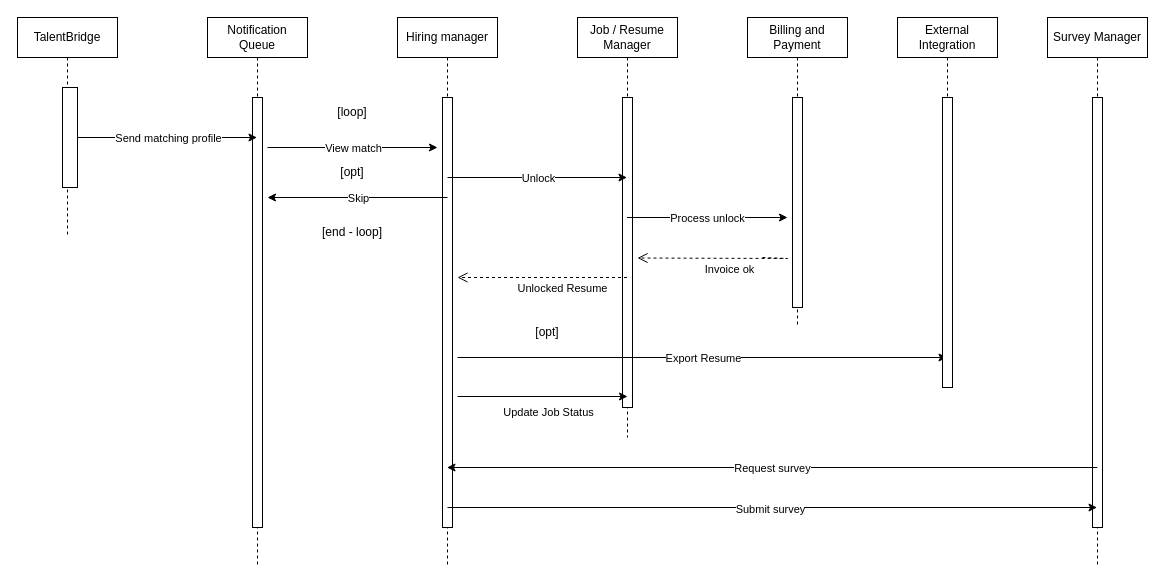
Above: Usecases/drawio_files/job-match.drawio in SK11GS/Builders-Glitch (draw.io), before the change. Source tidied: cells renumbered, new cells numbered last; positions are measured from the earlier drawing's top-left corner, leaving out a move shared by most shapes. Both pictures are drawn from the tidied source at 100%, with x=0, y=0 at pixel (17, 17).
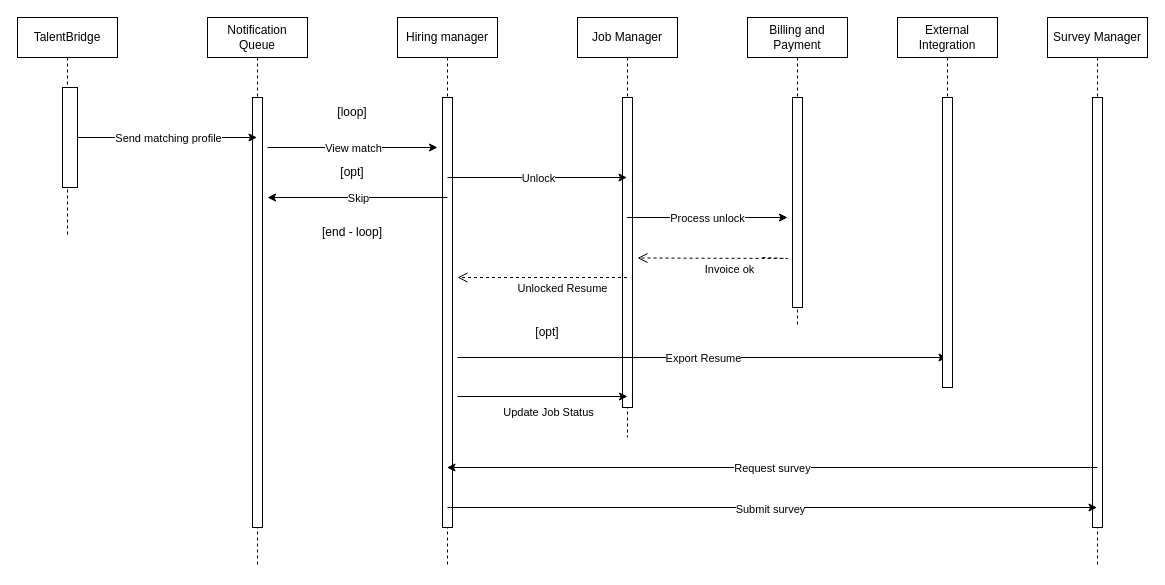
The same page after the edit.

Commit message (it also covers changes not shown here):
last touches to match use case

The edit, as a diff of the source:
```diff
@@
-    <mxCell id="6" value="&lt;div&gt;Job / Resume Manager&lt;/div&gt;" style="shape=umlLifeline;perimeter=lifelinePerimeter;whiteSpace=wrap;html=1;outlineConnect=0;portConstraint=eastwest;newEdgeStyle={&quot;edgeStyle&quot;:&quot;elbowEdgeStyle&quot;,&quot;elbow&quot;:&quot;vertical&quot;,&quot;curved&quot;:0,&quot;rounded&quot;:0};" parent="1" vertex="1">
+    <mxCell id="6" value="&lt;div&gt;Job Manager&lt;/div&gt;" style="shape=umlLifeline;perimeter=lifelinePerimeter;whiteSpace=wrap;html=1;outlineConnect=0;portConstraint=eastwest;newEdgeStyle={&quot;edgeStyle&quot;:&quot;elbowEdgeStyle&quot;,&quot;elbow&quot;:&quot;vertical&quot;,&quot;curved&quot;:0,&quot;rounded&quot;:0};" parent="1" vertex="1">
       <mxGeometry x="560" width="100" height="420" as="geometry" />
     </mxCell>
```
